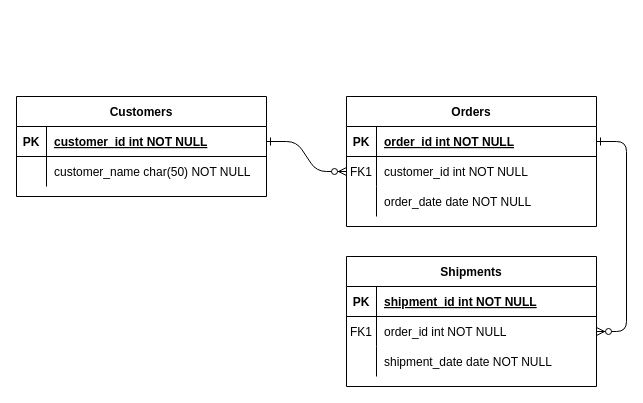
The draw.io diagram Untitled Diagram.drawio in Dethorasis/Dethorasis, before the edit. Source tidied: cells renumbered, new cells numbered last; positions are measured from the earlier drawing's top-left corner, leaving out a move shared by most shapes. Both pictures are drawn from the tidied source at 100%, with x=0, y=0 at pixel (16, 96).
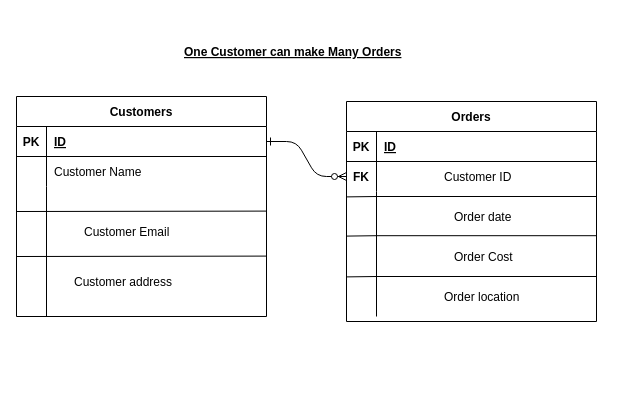
After the change.

Unchanged cells that the change refers to:
```xml
<mxCell id="5" style="shape=partialRectangle;fillColor=none;points=[[0,0.5],[1,0.5]];portConstraint=eastwest;top=0;left=0;right=0;bottom=1;" parent="4" vertex="1">
  <mxGeometry y="30" width="250" height="30" as="geometry" />
</mxCell>
<mxCell id="8" style="shape=partialRectangle;fillColor=none;points=[[0,0.5],[1,0.5]];portConstraint=eastwest;top=0;left=0;right=0;bottom=0;" parent="4" vertex="1">
  <mxGeometry y="60" width="250" height="30" as="geometry" />
</mxCell>
<mxCell id="11" style="shape=partialRectangle;fillColor=none;top=0;left=0;right=0;bottom=0;" parent="4" vertex="1">
  <mxGeometry y="90" width="250" height="30" as="geometry" />
</mxCell>
<mxCell id="25" style="shape=partialRectangle;fillColor=none;points=[[0,0.5],[1,0.5]];portConstraint=eastwest;top=0;left=0;right=0;bottom=1;" parent="24" vertex="1">
  <mxGeometry y="30" width="250" height="30" as="geometry" />
</mxCell>
<mxCell id="28" style="shape=partialRectangle;fillColor=none;top=0;left=0;right=0;bottom=0;" parent="24" vertex="1">
  <mxGeometry y="60" width="250" height="30" as="geometry" />
</mxCell>
```

Diff of the diagram source:
```diff
@@
-    <mxCell id="3" style="edgeStyle=entityRelationEdgeStyle;endArrow=ERzeroToMany;startArrow=ERone;endFill=1;startFill=0;" parent="1" edge="1" source="5" target="18">
-      <mxGeometry relative="1" as="geometry" />
-    </mxCell>
     <mxCell id="4" value="Orders" style="shape=table;startSize=30;childLayout=tableLayout;rowLines=0;fontStyle=1;align=center;" parent="1" vertex="1">
-      <mxGeometry x="330" width="250" height="130" as="geometry" />
+      <mxGeometry x="330" y="5" width="250" height="220" as="geometry" />
     </mxCell>
@@
-    <mxCell id="7" value="order_id int NOT NULL " style="shape=partialRectangle;overflow=hidden;fillColor=none;top=0;left=0;bottom=0;right=0;align=left;spacingLeft=6;fontStyle=5;" parent="5" vertex="1">
+    <mxCell id="7" value="ID" style="shape=partialRectangle;overflow=hidden;fillColor=none;top=0;left=0;bottom=0;right=0;align=left;spacingLeft=6;fontStyle=5;" parent="5" vertex="1">
       <mxGeometry x="30" width="220" height="30" as="geometry" />
     </mxCell>
@@
-    <mxCell id="9" value="FK1" style="shape=partialRectangle;overflow=hidden;fillColor=none;top=0;left=0;bottom=0;right=0;" parent="8" vertex="1">
+    <mxCell id="9" value="FK" style="shape=partialRectangle;overflow=hidden;fillColor=none;top=0;left=0;bottom=0;right=0;fontStyle=1;" parent="8" vertex="1">
       <mxGeometry width="30" height="30" as="geometry" />
     </mxCell>
-    <mxCell id="10" value="customer_id int NOT NULL" style="shape=partialRectangle;overflow=hidden;fillColor=none;top=0;left=0;bottom=0;right=0;align=left;spacingLeft=6;" parent="8" vertex="1">
+    <mxCell id="10" style="shape=partialRectangle;overflow=hidden;fillColor=none;top=0;left=0;bottom=0;right=0;align=left;spacingLeft=6;" parent="8" vertex="1">
       <mxGeometry x="30" width="220" height="30" as="geometry" />
     </mxCell>
@@
-    <mxCell id="13" value="order_date date NOT NULL" style="shape=partialRectangle;overflow=hidden;fillColor=none;top=0;left=0;bottom=0;right=0;align=left;spacingLeft=6;" parent="11" vertex="1">
+    <mxCell id="13" style="shape=partialRectangle;overflow=hidden;fillColor=none;top=0;left=0;bottom=0;right=0;align=left;spacingLeft=6;" parent="11" vertex="1">
       <mxGeometry x="30" width="220" height="30" as="geometry" />
     </mxCell>
-    <mxCell id="14" value="Shipments" style="shape=table;startSize=30;childLayout=tableLayout;rowLines=0;fontStyle=1;align=center;" parent="1" vertex="1">
-      <mxGeometry x="330" y="160" width="250" height="130" as="geometry" />
-    </mxCell>
-    <mxCell id="15" style="shape=partialRectangle;fillColor=none;top=0;left=0;right=0;bottom=1;" parent="14" vertex="1">
-      <mxGeometry y="30" width="250" height="30" as="geometry" />
-    </mxCell>
-    <mxCell id="16" value="PK" style="shape=partialRectangle;overflow=hidden;fillColor=none;top=0;left=0;bottom=0;right=0;fontStyle=1;" parent="15" vertex="1">
-      <mxGeometry width="30" height="30" as="geometry" />
-    </mxCell>
-    <mxCell id="17" value="shipment_id int NOT NULL " style="shape=partialRectangle;overflow=hidden;fillColor=none;top=0;left=0;bottom=0;right=0;align=left;spacingLeft=6;fontStyle=5;" parent="15" vertex="1">
-      <mxGeometry x="30" width="220" height="30" as="geometry" />
-    </mxCell>
-    <mxCell id="18" style="shape=partialRectangle;fillColor=none;points=[[0,0.5],[1,0.5]];portConstraint=eastwest;top=0;left=0;right=0;bottom=0;" parent="14" vertex="1">
-      <mxGeometry y="60" width="250" height="30" as="geometry" />
-    </mxCell>
-    <mxCell id="19" value="FK1" style="shape=partialRectangle;overflow=hidden;fillColor=none;top=0;left=0;bottom=0;right=0;" parent="18" vertex="1">
-      <mxGeometry width="30" height="30" as="geometry" />
-    </mxCell>
-    <mxCell id="20" value="order_id int NOT NULL" style="shape=partialRectangle;overflow=hidden;fillColor=none;top=0;left=0;bottom=0;right=0;align=left;spacingLeft=6;" parent="18" vertex="1">
-      <mxGeometry x="30" width="220" height="30" as="geometry" />
-    </mxCell>
-    <mxCell id="21" style="shape=partialRectangle;fillColor=none;top=0;left=0;right=0;bottom=0;" parent="14" vertex="1">
-      <mxGeometry y="90" width="250" height="30" as="geometry" />
-    </mxCell>
-    <mxCell id="22" style="shape=partialRectangle;overflow=hidden;fillColor=none;top=0;left=0;bottom=0;right=0;" parent="21" vertex="1">
-      <mxGeometry width="30" height="30" as="geometry" />
-    </mxCell>
-    <mxCell id="23" value="shipment_date date NOT NULL" style="shape=partialRectangle;overflow=hidden;fillColor=none;top=0;left=0;bottom=0;right=0;align=left;spacingLeft=6;" parent="21" vertex="1">
-      <mxGeometry x="30" width="220" height="30" as="geometry" />
-    </mxCell>
     <mxCell id="24" value="Customers" style="shape=table;startSize=30;childLayout=tableLayout;rowLines=0;fontStyle=1;align=center;" parent="1" vertex="1">
-      <mxGeometry width="250" height="100" as="geometry" />
+      <mxGeometry width="250" height="220" as="geometry" />
     </mxCell>
@@
-    <mxCell id="27" value="customer_id int NOT NULL " style="shape=partialRectangle;overflow=hidden;fillColor=none;top=0;left=0;bottom=0;right=0;align=left;spacingLeft=6;fontStyle=5;" parent="25" vertex="1">
+    <mxCell id="27" value="ID" style="shape=partialRectangle;overflow=hidden;fillColor=none;top=0;left=0;bottom=0;right=0;align=left;spacingLeft=6;fontStyle=5;" parent="25" vertex="1">
       <mxGeometry x="30" width="220" height="30" as="geometry" />
     </mxCell>
@@
-    <mxCell id="30" value="customer_name char(50) NOT NULL" style="shape=partialRectangle;overflow=hidden;fillColor=none;top=0;left=0;bottom=0;right=0;align=left;spacingLeft=6;" parent="28" vertex="1">
+    <mxCell id="30" value="Customer Name" style="shape=partialRectangle;overflow=hidden;fillColor=none;top=0;left=0;bottom=0;right=0;align=left;spacingLeft=6;" parent="28" vertex="1">
       <mxGeometry x="30" width="220" height="30" as="geometry" />
     </mxCell>
+    <mxCell id="31" value="Customer Email" style="shape=partialRectangle;overflow=hidden;fillColor=none;top=0;left=0;bottom=0;right=0;align=left;spacingLeft=6;" parent="1" vertex="1">
+      <mxGeometry x="60" y="120" width="220" height="30" as="geometry" />
+    </mxCell>
+    <mxCell id="32" value="Customer address" style="shape=partialRectangle;overflow=hidden;fillColor=none;top=0;left=0;bottom=0;right=0;align=left;spacingLeft=6;" parent="1" vertex="1">
+      <mxGeometry x="50" y="170" width="220" height="30" as="geometry" />
+    </mxCell>
+    <mxCell id="33" value="Order Cost" style="shape=partialRectangle;overflow=hidden;fillColor=none;top=0;left=0;bottom=0;right=0;align=left;spacingLeft=6;" parent="1" vertex="1">
+      <mxGeometry x="430" y="140" width="70" height="40" as="geometry" />
+    </mxCell>
+    <mxCell id="34" value="Order location" style="shape=partialRectangle;overflow=hidden;fillColor=none;top=0;left=0;bottom=0;right=0;align=left;spacingLeft=6;" parent="1" vertex="1">
+      <mxGeometry x="420" y="190" width="135" height="20" as="geometry" />
+    </mxCell>
+    <mxCell id="35" style="endArrow=none;html=1;rounded=0;" parent="1" edge="1">
+      <mxGeometry relative="1" as="geometry">
+        <mxPoint x="360" y="220" as="sourcePoint" />
+        <mxPoint x="360" y="120" as="targetPoint" />
+      </mxGeometry>
+    </mxCell>
+    <mxCell id="36" style="endArrow=none;html=1;rounded=0;" parent="1" edge="1">
+      <mxGeometry relative="1" as="geometry">
+        <mxPoint x="360" y="139.2" as="sourcePoint" />
+        <mxPoint x="580" y="139.2" as="targetPoint" />
+      </mxGeometry>
+    </mxCell>
+    <mxCell id="37" style="endArrow=none;html=1;rounded=0;" parent="1" edge="1">
+      <mxGeometry relative="1" as="geometry">
+        <mxPoint x="360" y="180" as="sourcePoint" />
+        <mxPoint x="580" y="180" as="targetPoint" />
+      </mxGeometry>
+    </mxCell>
+    <mxCell id="38" style="endArrow=none;html=1;rounded=0;" parent="1" edge="1">
+      <mxGeometry relative="1" as="geometry">
+        <mxPoint x="360" y="100" as="sourcePoint" />
+        <mxPoint x="580" y="100" as="targetPoint" />
+      </mxGeometry>
+    </mxCell>
+    <mxCell id="39" value="Order date" style="shape=partialRectangle;overflow=hidden;fillColor=none;top=0;left=0;bottom=0;right=0;align=left;spacingLeft=6;" parent="1" vertex="1">
+      <mxGeometry x="430" y="100" width="70" height="40" as="geometry" />
+    </mxCell>
+    <mxCell id="40" value="Customer ID" style="shape=partialRectangle;overflow=hidden;fillColor=none;top=0;left=0;bottom=0;right=0;align=left;spacingLeft=6;" parent="1" vertex="1">
+      <mxGeometry x="420" y="70" width="135" height="20" as="geometry" />
+    </mxCell>
+    <mxCell id="41" style="endArrow=none;html=1;rounded=0;" parent="1" edge="1">
+      <mxGeometry relative="1" as="geometry">
+        <mxPoint y="160" as="sourcePoint" />
+        <mxPoint x="250" y="159.6" as="targetPoint" />
+      </mxGeometry>
+    </mxCell>
+    <mxCell id="42" style="endArrow=none;html=1;rounded=0;" parent="1" edge="1">
+      <mxGeometry relative="1" as="geometry">
+        <mxPoint y="115" as="sourcePoint" />
+        <mxPoint x="250" y="114.6" as="targetPoint" />
+      </mxGeometry>
+    </mxCell>
+    <mxCell id="43" style="endArrow=none;html=1;rounded=0;" parent="1" edge="1">
+      <mxGeometry relative="1" as="geometry">
+        <mxPoint x="30" y="90" as="sourcePoint" />
+        <mxPoint x="30" y="220" as="targetPoint" />
+      </mxGeometry>
+    </mxCell>
+    <mxCell id="44" style="endArrow=none;html=1;rounded=0;" parent="1" edge="1">
+      <mxGeometry relative="1" as="geometry">
+        <mxPoint x="330" y="180.4" as="sourcePoint" />
+        <mxPoint x="360" y="180" as="targetPoint" />
+      </mxGeometry>
+    </mxCell>
+    <mxCell id="45" style="endArrow=none;html=1;rounded=0;" parent="1" edge="1">
+      <mxGeometry relative="1" as="geometry">
+        <mxPoint x="330" y="139.6" as="sourcePoint" />
+        <mxPoint x="360" y="139.2" as="targetPoint" />
+      </mxGeometry>
+    </mxCell>
+    <mxCell id="46" style="endArrow=none;html=1;rounded=0;" parent="1" edge="1">
+      <mxGeometry relative="1" as="geometry">
+        <mxPoint x="330" y="100.4" as="sourcePoint" />
+        <mxPoint x="360" y="100" as="targetPoint" />
+      </mxGeometry>
+    </mxCell>
+    <mxCell id="47" value="One Customer can make Many Orders" style="shape=partialRectangle;overflow=hidden;fillColor=none;top=0;left=0;bottom=0;right=0;align=left;spacingLeft=6;fontStyle=5;" parent="1" vertex="1">
+      <mxGeometry x="160" y="-80" width="440" height="70" as="geometry" />
+    </mxCell>
```
